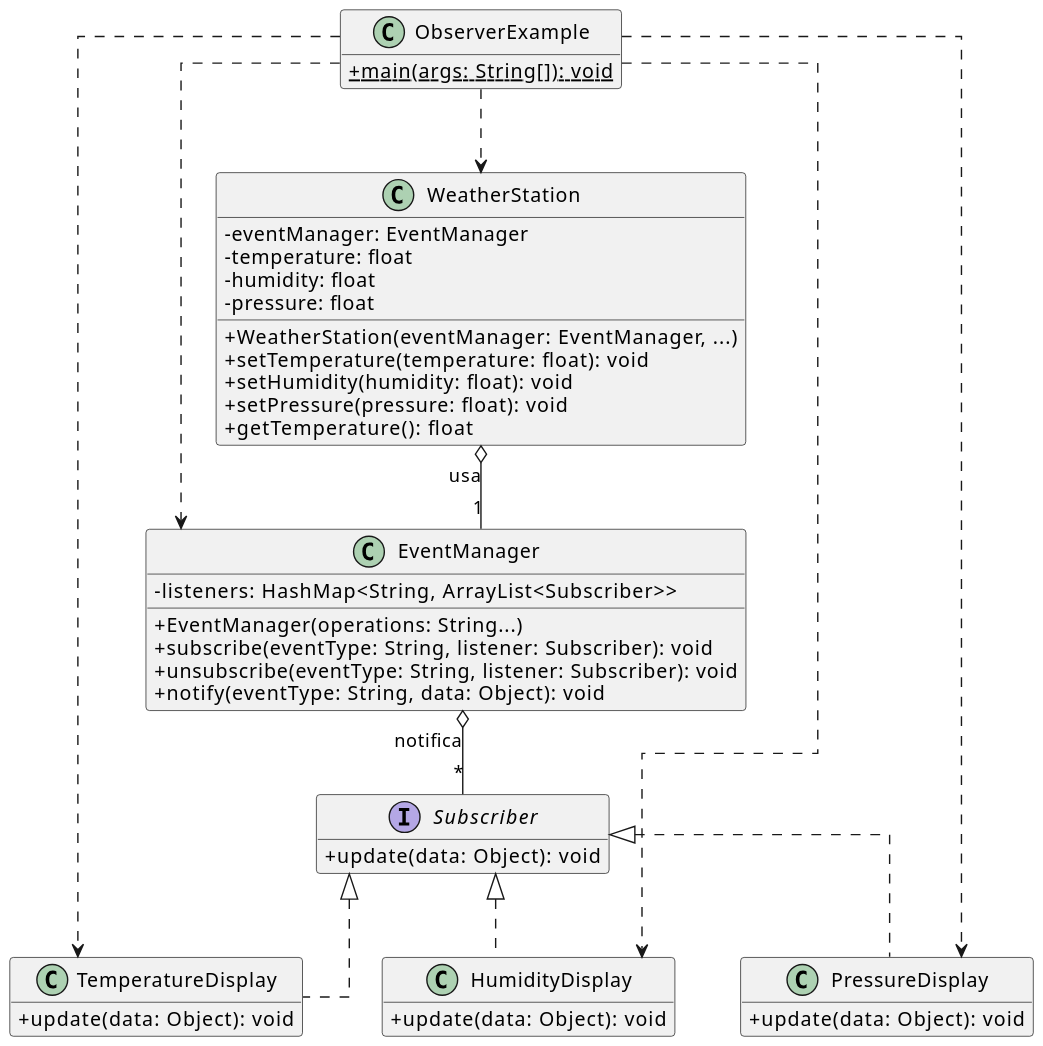
This is engenharia_de_software_III/observer/observer-pattern-uml.svg from pedro-fs-garcia/bertoti, a PlantUML export, as it was before one commit.
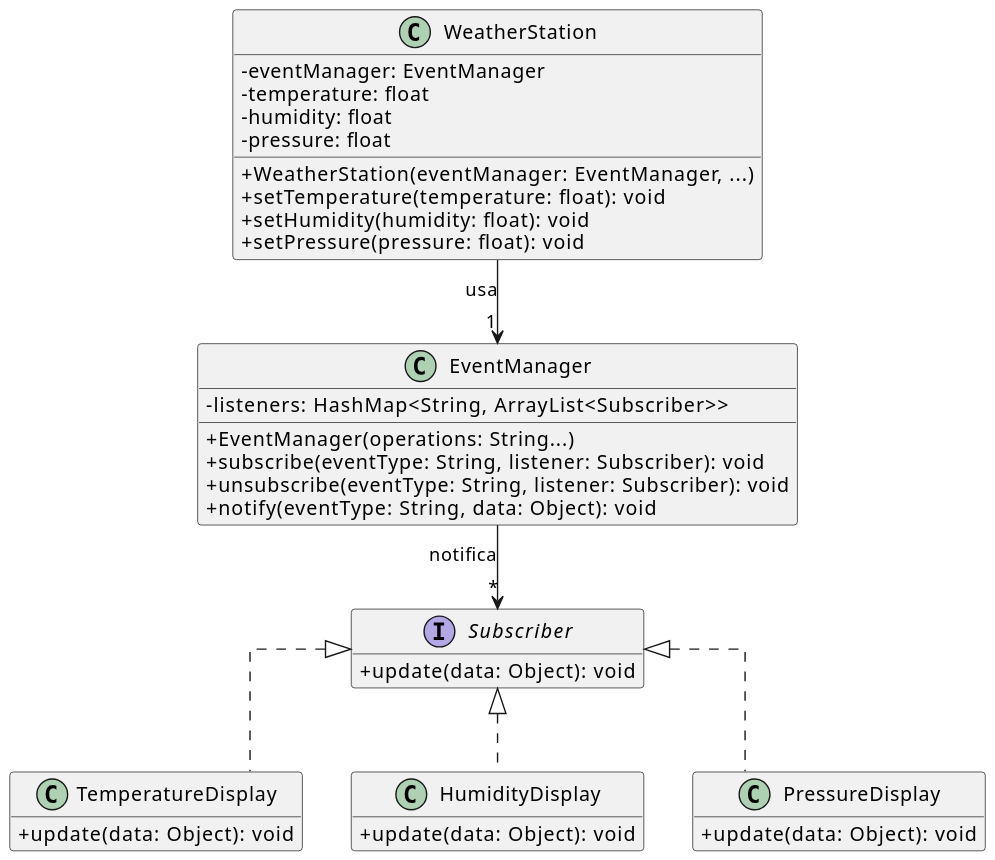
After the commit.

Commit message:
corrige uml's

Diff of the diagram source:
```diff
@@ -3,6 +3,7 @@
 skinparam defaultFontName "Segoe UI"
 skinparam linetype ortho
 hide empty members
+
 
 interface Subscriber {
   + update(data: Object): void
@@ -11,11 +12,9 @@
 class TemperatureDisplay {
   + update(data: Object): void
 }
-
 class HumidityDisplay {
   + update(data: Object): void
 }
-
 class PressureDisplay {
   + update(data: Object): void
 }
@@ -23,6 +22,7 @@
 Subscriber <|.. TemperatureDisplay
 Subscriber <|.. HumidityDisplay
 Subscriber <|.. PressureDisplay
+
 
 class EventManager {
   - listeners: HashMap<String, ArrayList<Subscriber>>
@@ -41,19 +41,10 @@
   + setTemperature(temperature: float): void
   + setHumidity(humidity: float): void
   + setPressure(pressure: float): void
-  + getTemperature(): float
 }
 
-class ObserverExample {
-  + {static} main(args: String[]): void
-}
 
-EventManager o-- "*" Subscriber : "notifica"
-WeatherStation o-- "1" EventManager : "usa"
+EventManager --> "*" Subscriber : "notifica"
 
-ObserverExample ..> WeatherStation
-ObserverExample ..> EventManager
-ObserverExample ..> TemperatureDisplay
-ObserverExample ..> HumidityDisplay
-ObserverExample ..> PressureDisplay
+WeatherStation --> "1" EventManager : "usa"
 @enduml
```
